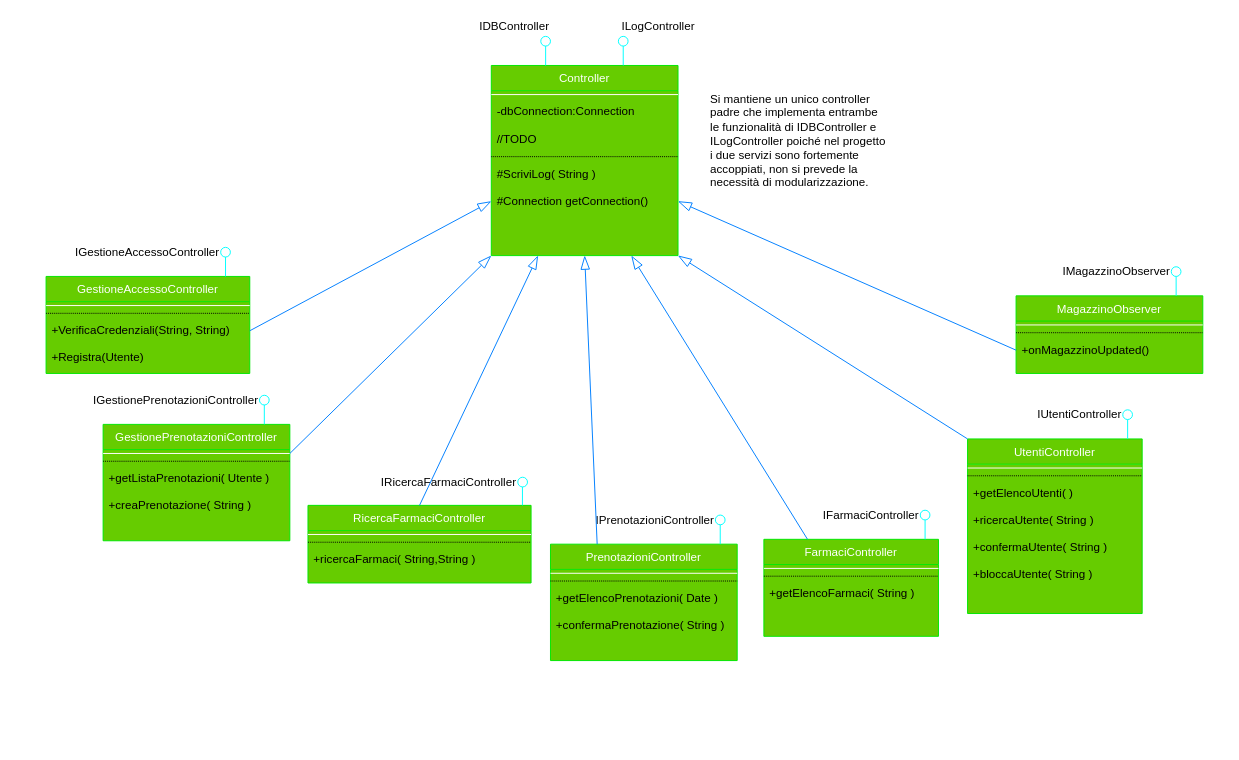
This is page "ControllerGenerale" (4 of 4) of drawio/Progettazione/DettaglioBrokerLoginInterfacce.drawio from lnwor/farmabyte-doc, a draw.io file, before an edit. Source tidied: cells renumbered, new cells numbered last; positions are measured from the earlier drawing's top-left corner, leaving out a move shared by most shapes. Both pictures are drawn from the tidied source at 97%, with x=0, y=0 at pixel (46, 16).
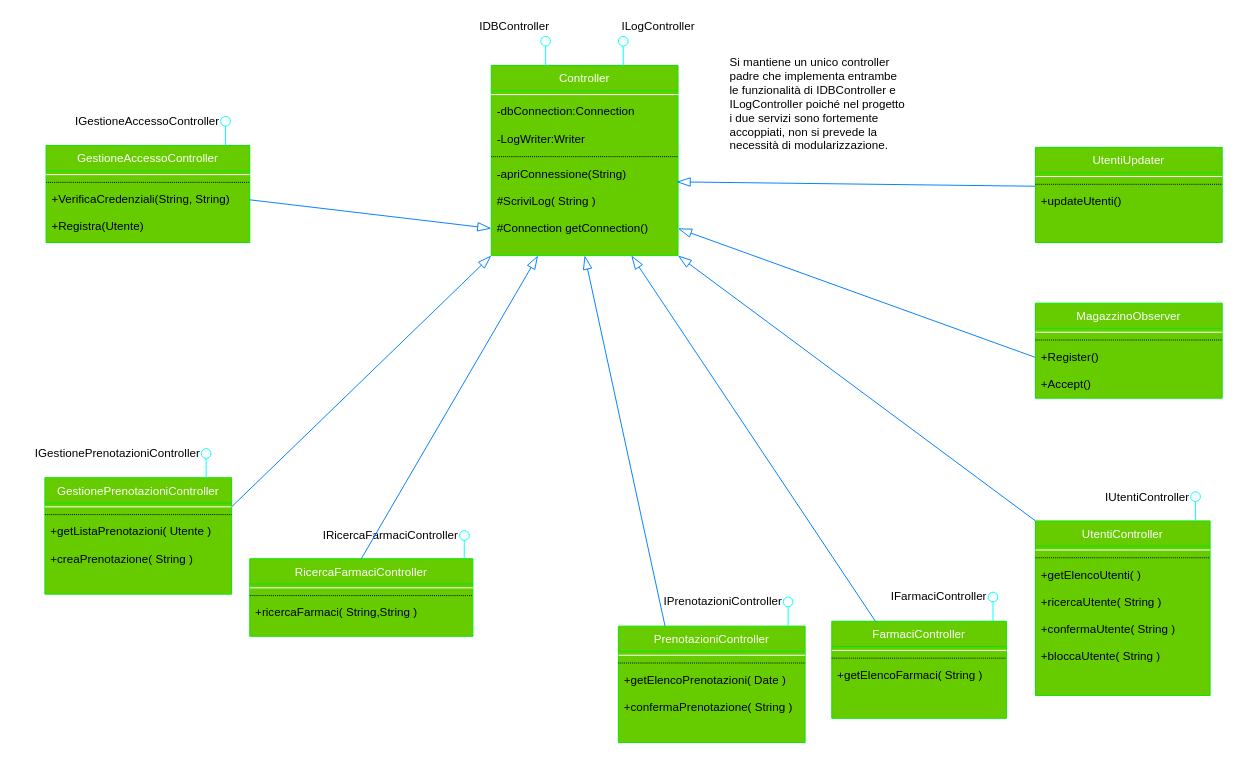
The same page after the edit.

The change refers to these unchanged cells:
```xml
<mxCell id="2" value="Controller" style="swimlane;fontStyle=0;align=center;verticalAlign=top;horizontal=1;startSize=26;rounded=0;shadow=0;strokeWidth=1;fontColor=#ffffff;swimlaneFillColor=#66CC00;strokeColor=#00E800;fillColor=#66CC00;" parent="1" vertex="1">
  <mxGeometry x="459" y="50" width="192.5" height="196" as="geometry" />
</mxCell>
```

The edit, as a diff of the source:
```diff
@@
-    <mxCell id="5" value="//TODO" style="text;align=left;verticalAlign=top;spacingLeft=4;spacingRight=4;overflow=hidden;" parent="2" vertex="1">
+    <mxCell id="5" value="-LogWriter:Writer" style="text;align=left;verticalAlign=top;spacingLeft=4;spacingRight=4;overflow=hidden;" parent="2" vertex="1">
       <mxGeometry y="62" width="192.5" height="28" as="geometry" />
     </mxCell>
@@
-    <mxCell id="7" value="#ScriviLog( String )" style="text;align=left;verticalAlign=top;spacingLeft=4;spacingRight=4;overflow=hidden;" parent="2" vertex="1">
+    <mxCell id="7" value="-apriConnessione(String)" style="text;align=left;verticalAlign=top;spacingLeft=4;spacingRight=4;overflow=hidden;" parent="2" vertex="1">
       <mxGeometry y="98" width="192.5" height="28" as="geometry" />
     </mxCell>
+    <mxCell id="78" value="#ScriviLog( String )" style="text;align=left;verticalAlign=top;spacingLeft=4;spacingRight=4;overflow=hidden;" parent="2" vertex="1">
+      <mxGeometry y="126" width="192.5" height="28" as="geometry" />
+    </mxCell>
     <mxCell id="8" value="#Connection getConnection()" style="text;align=left;verticalAlign=top;spacingLeft=4;spacingRight=4;overflow=hidden;points=[[0,0.5],[1,0.5]];portConstraint=eastwest;" parent="2" vertex="1">
-      <mxGeometry y="126" width="192.5" height="28" as="geometry" />
+      <mxGeometry y="154" width="192.5" height="28" as="geometry" />
     </mxCell>
@@
     <mxCell id="15" value="Si mantiene un unico controller padre che implementa entrambe le funzionalità di IDBController e ILogController poiché nel progetto i due servizi sono fortemente accoppiati, non si prevede la necessità di modularizzazione." style="text;html=1;strokeColor=none;fillColor=none;spacing=5;spacingTop=-20;whiteSpace=wrap;overflow=hidden;rounded=0;" parent="1" vertex="1">
-      <mxGeometry x="680" y="88" width="190" height="102" as="geometry" />
+      <mxGeometry x="700" y="50" width="190" height="102" as="geometry" />
     </mxCell>
     <mxCell id="16" value="GestioneAccessoController" style="swimlane;fontStyle=0;align=center;verticalAlign=top;horizontal=1;startSize=26;rounded=0;shadow=0;strokeWidth=1;fontColor=#ffffff;swimlaneFillColor=#66CC00;strokeColor=#00E800;fillColor=#66CC00;" parent="1" vertex="1">
-      <mxGeometry y="267.5" width="210" height="100" as="geometry" />
+      <mxGeometry y="132.5" width="210" height="100" as="geometry" />
     </mxCell>
@@
     <mxCell id="21" style="endArrow=none;html=1;strokeColor=#00FFFF;" parent="1" edge="1" target="22">
       <mxGeometry relative="1" as="geometry">
-        <mxPoint x="185" y="267.5" as="sourcePoint" />
+        <mxPoint x="185" y="132.5" as="sourcePoint" />
       </mxGeometry>
     </mxCell>
     <mxCell id="22" style="ellipse;whiteSpace=wrap;html=1;strokeColor=#00FFFF;" parent="1" vertex="1">
-      <mxGeometry x="180" y="237.5" width="10" height="10" as="geometry" />
+      <mxGeometry x="180" y="102.5" width="10" height="10" as="geometry" />
     </mxCell>
     <mxCell id="23" value="IGestioneAccessoController" style="text;html=1;align=right;verticalAlign=middle;strokeColor=none;" parent="1" vertex="1">
-      <mxGeometry x="20" y="232.5" width="160" height="20" as="geometry" />
+      <mxGeometry x="20" y="97.5" width="160" height="20" as="geometry" />
     </mxCell>
     <mxCell id="24" value="GestionePrenotazioniController" style="swimlane;fontStyle=0;align=center;verticalAlign=top;horizontal=1;startSize=26;rounded=0;shadow=0;strokeWidth=1;fontColor=#ffffff;swimlaneFillColor=#66CC00;strokeColor=#00E800;fillColor=#66CC00;" parent="1" vertex="1">
-      <mxGeometry x="58.8" y="420" width="192.5" height="120" as="geometry" />
+      <mxGeometry x="-1.2" y="475" width="192.5" height="120" as="geometry" />
     </mxCell>
@@
     <mxCell id="29" style="endArrow=none;html=1;strokeColor=#00FFFF;" parent="1" edge="1" target="30">
       <mxGeometry relative="1" as="geometry">
-        <mxPoint x="225" y="420" as="sourcePoint" />
+        <mxPoint x="165" y="475" as="sourcePoint" />
       </mxGeometry>
     </mxCell>
     <mxCell id="30" style="ellipse;whiteSpace=wrap;html=1;strokeColor=#00FFFF;" parent="1" vertex="1">
-      <mxGeometry x="220" y="390" width="10" height="10" as="geometry" />
+      <mxGeometry x="160" y="445" width="10" height="10" as="geometry" />
     </mxCell>
     <mxCell id="31" value="IGestionePrenotazioniController" style="text;html=1;align=right;verticalAlign=middle;strokeColor=none;" parent="1" vertex="1">
-      <mxGeometry x="30" y="385" width="190" height="20" as="geometry" />
+      <mxGeometry x="-30" y="440" width="190" height="20" as="geometry" />
     </mxCell>
@@
     <mxCell id="33" value="RicercaFarmaciController" style="swimlane;fontStyle=0;align=center;verticalAlign=top;horizontal=1;startSize=26;rounded=0;shadow=0;strokeWidth=1;fontColor=#ffffff;swimlaneFillColor=#66CC00;strokeColor=#00E800;fillColor=#66CC00;" parent="1" vertex="1">
-      <mxGeometry x="270" y="503.5" width="230" height="80" as="geometry" />
+      <mxGeometry x="210" y="558.5" width="230" height="80" as="geometry" />
     </mxCell>
@@
     <mxCell id="37" style="endArrow=none;html=1;strokeColor=#00FFFF;" parent="1" edge="1">
       <mxGeometry relative="1" as="geometry">
-        <mxPoint x="491.1" y="503.5" as="sourcePoint" />
-        <mxPoint x="492" y="484" as="targetPoint" />
+        <mxPoint x="431.1" y="558.5" as="sourcePoint" />
+        <mxPoint x="432" y="539" as="targetPoint" />
         <Array as="points">
-          <mxPoint x="491.1" y="483.5" />
+          <mxPoint x="431.1" y="538.5" />
         </Array>
       </mxGeometry>
     </mxCell>
     <mxCell id="38" style="ellipse;whiteSpace=wrap;html=1;strokeColor=#00FFFF;" parent="1" vertex="1">
-      <mxGeometry x="486.3" y="474.5" width="10" height="10" as="geometry" />
+      <mxGeometry x="426.3" y="529.5" width="10" height="10" as="geometry" />
     </mxCell>
     <mxCell id="39" value="IRicercaFarmaciController" style="text;html=1;align=right;verticalAlign=middle;strokeColor=none;" parent="1" vertex="1">
-      <mxGeometry x="336.3" y="469.5" width="150" height="20" as="geometry" />
+      <mxGeometry x="276.3" y="524.5" width="150" height="20" as="geometry" />
     </mxCell>
@@
     <mxCell id="41" value="FarmaciController" style="swimlane;fontStyle=0;align=center;verticalAlign=top;horizontal=1;startSize=26;rounded=0;shadow=0;strokeWidth=1;fontColor=#ffffff;swimlaneFillColor=#66CC00;strokeColor=#00E800;fillColor=#66CC00;" parent="1" vertex="1">
-      <mxGeometry x="740" y="538.5" width="180" height="100" as="geometry" />
+      <mxGeometry x="810" y="623" width="180" height="100" as="geometry" />
     </mxCell>
@@
     <mxCell id="45" value="UtentiController" style="swimlane;fontStyle=0;align=center;verticalAlign=top;horizontal=1;startSize=26;rounded=0;shadow=0;strokeWidth=1;fontColor=#ffffff;swimlaneFillColor=#66CC00;strokeColor=#00E800;fillColor=#66CC00;" parent="1" vertex="1">
-      <mxGeometry x="950" y="435" width="180" height="180" as="geometry" />
+      <mxGeometry x="1020" y="519.5" width="180" height="180" as="geometry" />
     </mxCell>
@@
     <mxCell id="52" value="PrenotazioniController" style="swimlane;fontStyle=0;align=center;verticalAlign=top;horizontal=1;startSize=26;rounded=0;shadow=0;strokeWidth=1;fontColor=#ffffff;swimlaneFillColor=#66CC00;strokeColor=#00E800;fillColor=#66CC00;" parent="1" vertex="1">
-      <mxGeometry x="520" y="543.5" width="192.5" height="120" as="geometry" />
+      <mxGeometry x="590" y="628" width="192.5" height="120" as="geometry" />
     </mxCell>
@@
     <mxCell id="57" style="endArrow=none;html=1;strokeColor=#00FFFF;" parent="1" edge="1" target="58">
       <mxGeometry relative="1" as="geometry">
-        <mxPoint x="1115" y="435" as="sourcePoint" />
+        <mxPoint x="1185" y="519.5" as="sourcePoint" />
       </mxGeometry>
     </mxCell>
     <mxCell id="58" style="ellipse;whiteSpace=wrap;html=1;strokeColor=#00FFFF;" parent="1" vertex="1">
-      <mxGeometry x="1110" y="405" width="10" height="10" as="geometry" />
+      <mxGeometry x="1180" y="489.5" width="10" height="10" as="geometry" />
     </mxCell>
     <mxCell id="59" value="IUtentiController" style="text;html=1;align=right;verticalAlign=middle;strokeColor=none;" parent="1" vertex="1">
-      <mxGeometry x="1010" y="400" width="100" height="20" as="geometry" />
+      <mxGeometry x="1080" y="484.5" width="100" height="20" as="geometry" />
     </mxCell>
     <mxCell id="60" style="endArrow=none;html=1;strokeColor=#00FFFF;" parent="1" edge="1" target="61">
       <mxGeometry relative="1" as="geometry">
-        <mxPoint x="906.2" y="538.5" as="sourcePoint" />
+        <mxPoint x="976.2" y="623" as="sourcePoint" />
       </mxGeometry>
     </mxCell>
     <mxCell id="61" style="ellipse;whiteSpace=wrap;html=1;strokeColor=#00FFFF;" parent="1" vertex="1">
-      <mxGeometry x="901.2" y="508.5" width="10" height="10" as="geometry" />
+      <mxGeometry x="971.2" y="593" width="10" height="10" as="geometry" />
     </mxCell>
     <mxCell id="62" value="IFarmaciController" style="text;html=1;align=right;verticalAlign=middle;strokeColor=none;" parent="1" vertex="1">
-      <mxGeometry x="791.2" y="503.5" width="110" height="20" as="geometry" />
+      <mxGeometry x="861.2" y="588" width="110" height="20" as="geometry" />
     </mxCell>
     <mxCell id="63" style="endArrow=none;html=1;strokeColor=#00FFFF;" parent="1" edge="1" target="64">
       <mxGeometry relative="1" as="geometry">
-        <mxPoint x="695" y="543.5" as="sourcePoint" />
+        <mxPoint x="765" y="628" as="sourcePoint" />
       </mxGeometry>
     </mxCell>
     <mxCell id="64" style="ellipse;whiteSpace=wrap;html=1;strokeColor=#00FFFF;" parent="1" vertex="1">
-      <mxGeometry x="690" y="513.5" width="10" height="10" as="geometry" />
+      <mxGeometry x="760" y="598" width="10" height="10" as="geometry" />
     </mxCell>
     <mxCell id="65" value="IPrenotazioniController" style="text;html=1;align=right;verticalAlign=middle;strokeColor=none;" parent="1" vertex="1">
-      <mxGeometry x="550" y="508.5" width="140" height="20" as="geometry" />
+      <mxGeometry x="620" y="593" width="140" height="20" as="geometry" />
     </mxCell>
@@
     <mxCell id="70" value="MagazzinoObserver" style="swimlane;fontStyle=0;align=center;verticalAlign=top;horizontal=1;startSize=26;rounded=0;shadow=0;strokeWidth=1;fontColor=#ffffff;swimlaneFillColor=#66CC00;strokeColor=#00E800;fillColor=#66CC00;" parent="1" vertex="1">
-      <mxGeometry x="1000" y="287.5" width="192.5" height="80" as="geometry" />
+      <mxGeometry x="1020" y="295" width="192.5" height="98" as="geometry" />
     </mxCell>
@@
-    <mxCell id="73" value="+onMagazzinoUpdated()" style="text;align=left;verticalAlign=top;spacingLeft=4;spacingRight=4;overflow=hidden;points=[[0,0.5],[1,0.5]];portConstraint=eastwest;" parent="70" vertex="1">
+    <mxCell id="73" value="+Register()&#10;" style="text;align=left;verticalAlign=top;spacingLeft=4;spacingRight=4;overflow=hidden;points=[[0,0.5],[1,0.5]];portConstraint=eastwest;" parent="70" vertex="1">
       <mxGeometry y="42" width="192.5" height="28" as="geometry" />
     </mxCell>
-    <mxCell id="74" style="endArrow=none;html=1;strokeColor=#00FFFF;" parent="1" edge="1" target="75">
-      <mxGeometry relative="1" as="geometry">
-        <mxPoint x="1165" y="287.5" as="sourcePoint" />
-      </mxGeometry>
-    </mxCell>
-    <mxCell id="75" style="ellipse;whiteSpace=wrap;html=1;strokeColor=#00FFFF;" parent="1" vertex="1">
-      <mxGeometry x="1160" y="257.5" width="10" height="10" as="geometry" />
-    </mxCell>
-    <mxCell id="76" value="&lt;div&gt;IMagazzinoObserver&lt;/div&gt;" style="text;html=1;align=right;verticalAlign=middle;strokeColor=none;" parent="1" vertex="1">
-      <mxGeometry x="1030" y="252.5" width="130" height="20" as="geometry" />
-    </mxCell>
+    <mxCell id="79" value="+Accept()&#10;" style="text;align=left;verticalAlign=top;spacingLeft=4;spacingRight=4;overflow=hidden;" parent="70" vertex="1">
+      <mxGeometry y="70" width="192.5" height="28" as="geometry" />
+    </mxCell>
@@
+    <mxCell id="80" value="UtentiUpdater" style="swimlane;fontStyle=0;align=center;verticalAlign=top;horizontal=1;startSize=26;rounded=0;shadow=0;strokeWidth=1;fontColor=#ffffff;swimlaneFillColor=#66CC00;strokeColor=#00E800;fillColor=#66CC00;" parent="1" vertex="1">
+      <mxGeometry x="1020" y="134.5" width="192.5" height="98" as="geometry" />
+    </mxCell>
+    <mxCell id="81" style="line;html=1;strokeWidth=1;align=left;verticalAlign=middle;spacingTop=-1;spacingLeft=3;spacingRight=3;labelPosition=right;strokeColor=#FFFFFF;" parent="80" vertex="1">
+      <mxGeometry y="26" width="192.5" height="8" as="geometry" />
+    </mxCell>
+    <mxCell id="82" style="line;html=1;strokeWidth=1;align=left;verticalAlign=middle;spacingTop=-1;spacingLeft=3;spacingRight=3;labelPosition=right;points=[];portConstraint=eastwest;dashed=1;dashPattern=1 1;" parent="80" vertex="1">
+      <mxGeometry y="34" width="192.5" height="8" as="geometry" />
+    </mxCell>
+    <mxCell id="83" value="+updateUtenti()" style="text;align=left;verticalAlign=top;spacingLeft=4;spacingRight=4;overflow=hidden;" parent="80" vertex="1">
+      <mxGeometry y="42" width="192.5" height="28" as="geometry" />
+    </mxCell>
+    <mxCell id="84" style="endArrow=blockThin;html=1;endFill=0;jumpSize=6;startSize=12;endSize=12;strokeColor=#007FFF;exitX=0;exitY=0.75;exitDx=0;exitDy=0;exitPerimeter=0;" parent="1" edge="1" source="82">
+      <mxGeometry relative="1" as="geometry">
+        <mxPoint x="650" y="170" as="targetPoint" />
+      </mxGeometry>
+    </mxCell>
```
